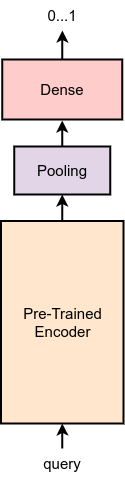
Before: images/neuralir/ce.png, a diagram exported from draw.io (safakkbilici/safakkbilici.github.io). Source tidied: cells renumbered, new cells last; positions are measured from the earlier drawing's top-left corner, leaving out a move shared by most shapes. Its diagram source:
```xml
<mxGraphModel math="1">
  <root>
    <mxCell id="0" />
    <mxCell id="1" parent="0" />
    <mxCell id="2" style="edgeStyle=orthogonalEdgeStyle;rounded=0;jettySize=auto;html=1;exitX=0.5;exitY=0;exitDx=0;exitDy=0;entryX=0.5;entryY=1;entryDx=0;entryDy=0;fontSize=15;strokeWidth=2;" parent="1" edge="1" source="3" target="7">
      <mxGeometry relative="1" as="geometry" />
    </mxCell>
    <mxCell id="3" value="&lt;font style=&quot;font-size: 15px;&quot;&gt;Pre-Trained Encoder&lt;/font&gt;" style="rounded=0;whiteSpace=wrap;html=1;rotation=0;strokeWidth=2;fillColor=#ffe6cc;strokeColor=#000000;" parent="1" vertex="1">
      <mxGeometry x="-0.5" y="220.5" width="122.5" height="202.5" as="geometry" />
    </mxCell>
    <mxCell id="4" style="edgeStyle=orthogonalEdgeStyle;rounded=0;jettySize=auto;html=1;exitX=0.5;exitY=0;exitDx=0;exitDy=0;fontSize=15;strokeWidth=2;" parent="1" edge="1" source="5" target="3">
      <mxGeometry relative="1" as="geometry" />
    </mxCell>
    <mxCell id="5" value="query" style="text;html=1;strokeColor=none;fillColor=none;align=center;verticalAlign=middle;whiteSpace=wrap;rounded=0;fontSize=15;" parent="1" vertex="1">
      <mxGeometry x="30.8" y="448" width="60" height="30" as="geometry" />
    </mxCell>
    <mxCell id="6" style="edgeStyle=orthogonalEdgeStyle;rounded=0;jettySize=auto;html=1;exitX=0.5;exitY=0;exitDx=0;exitDy=0;entryX=0.5;entryY=1;entryDx=0;entryDy=0;fontSize=15;strokeWidth=2;" parent="1" edge="1" source="7">
      <mxGeometry relative="1" as="geometry">
        <mxPoint x="60.8" y="120" as="targetPoint" />
      </mxGeometry>
    </mxCell>
    <mxCell id="7" value="Pooling" style="rounded=0;whiteSpace=wrap;html=1;fontSize=15;strokeColor=#000000;strokeWidth=2;fillColor=#e1d5e7;" parent="1" vertex="1">
      <mxGeometry x="12.8" y="146" width="96" height="48" as="geometry" />
    </mxCell>
    <mxCell id="8" style="edgeStyle=orthogonalEdgeStyle;rounded=0;jettySize=auto;html=1;exitX=0.5;exitY=0;exitDx=0;exitDy=0;fontSize=15;strokeWidth=2;" parent="1" edge="1" source="9" target="10">
      <mxGeometry relative="1" as="geometry" />
    </mxCell>
    <mxCell id="9" value="Dense" style="rounded=0;whiteSpace=wrap;html=1;fontSize=15;strokeColor=#000000;strokeWidth=2;fillColor=#ffcccc;" parent="1" vertex="1">
      <mxGeometry x="0.8" y="59" width="120" height="60" as="geometry" />
    </mxCell>
    <mxCell id="10" value="0...1" style="text;html=1;strokeColor=none;fillColor=none;align=center;verticalAlign=middle;whiteSpace=wrap;rounded=0;fontSize=15;" parent="1" vertex="1">
      <mxGeometry x="30.8" width="60" height="30" as="geometry" />
    </mxCell>
  </root>
</mxGraphModel>
```
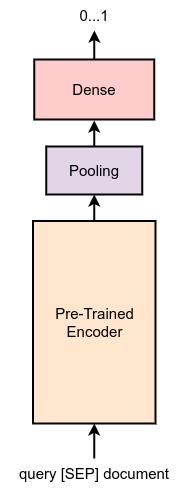
After the change.

Change to the diagram source:
```diff
@@ -11,8 +11,8 @@
     <mxCell id="4" style="edgeStyle=orthogonalEdgeStyle;rounded=0;jettySize=auto;html=1;exitX=0.5;exitY=0;exitDx=0;exitDy=0;fontSize=15;strokeWidth=2;" parent="1" edge="1" source="5" target="3">
       <mxGeometry relative="1" as="geometry" />
     </mxCell>
-    <mxCell id="5" value="query" style="text;html=1;strokeColor=none;fillColor=none;align=center;verticalAlign=middle;whiteSpace=wrap;rounded=0;fontSize=15;" parent="1" vertex="1">
-      <mxGeometry x="30.8" y="448" width="60" height="30" as="geometry" />
+    <mxCell id="5" value="query [SEP] document" style="text;html=1;strokeColor=none;fillColor=none;align=center;verticalAlign=middle;whiteSpace=wrap;rounded=0;fontSize=15;" parent="1" vertex="1">
+      <mxGeometry x="-33.4" y="458" width="188.2" height="30" as="geometry" />
     </mxCell>
     <mxCell id="6" style="edgeStyle=orthogonalEdgeStyle;rounded=0;jettySize=auto;html=1;exitX=0.5;exitY=0;exitDx=0;exitDy=0;entryX=0.5;entryY=1;entryDx=0;entryDy=0;fontSize=15;strokeWidth=2;" parent="1" edge="1" source="7">
       <mxGeometry relative="1" as="geometry">
```
